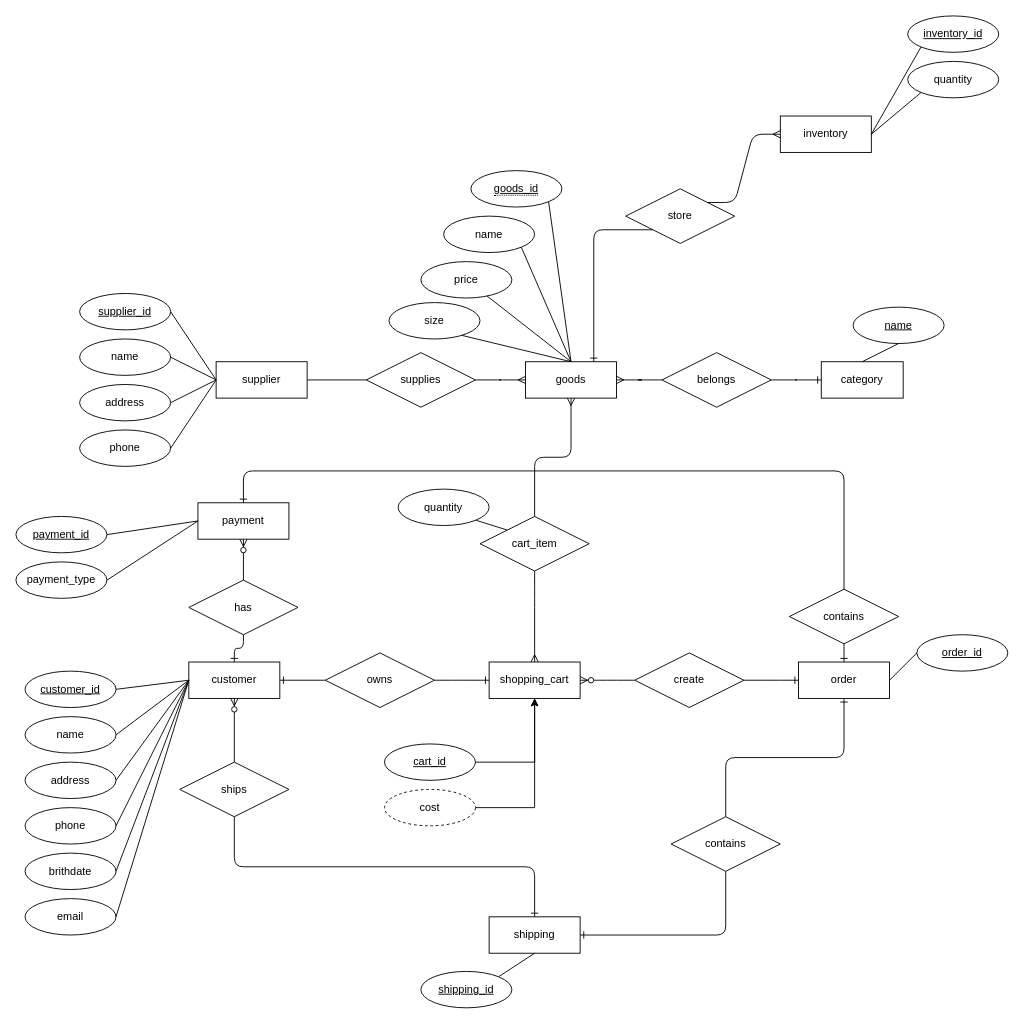
This is ERDiagram.drawio from BoshiLee/ecommerce, a draw.io file, before an edit. Source tidied: cells renumbered, new cells numbered last; positions are measured from the earlier drawing's top-left corner, leaving out a move shared by most shapes. Both pictures are drawn from the tidied source at 91%, with x=0, y=0 at pixel (15, 15).
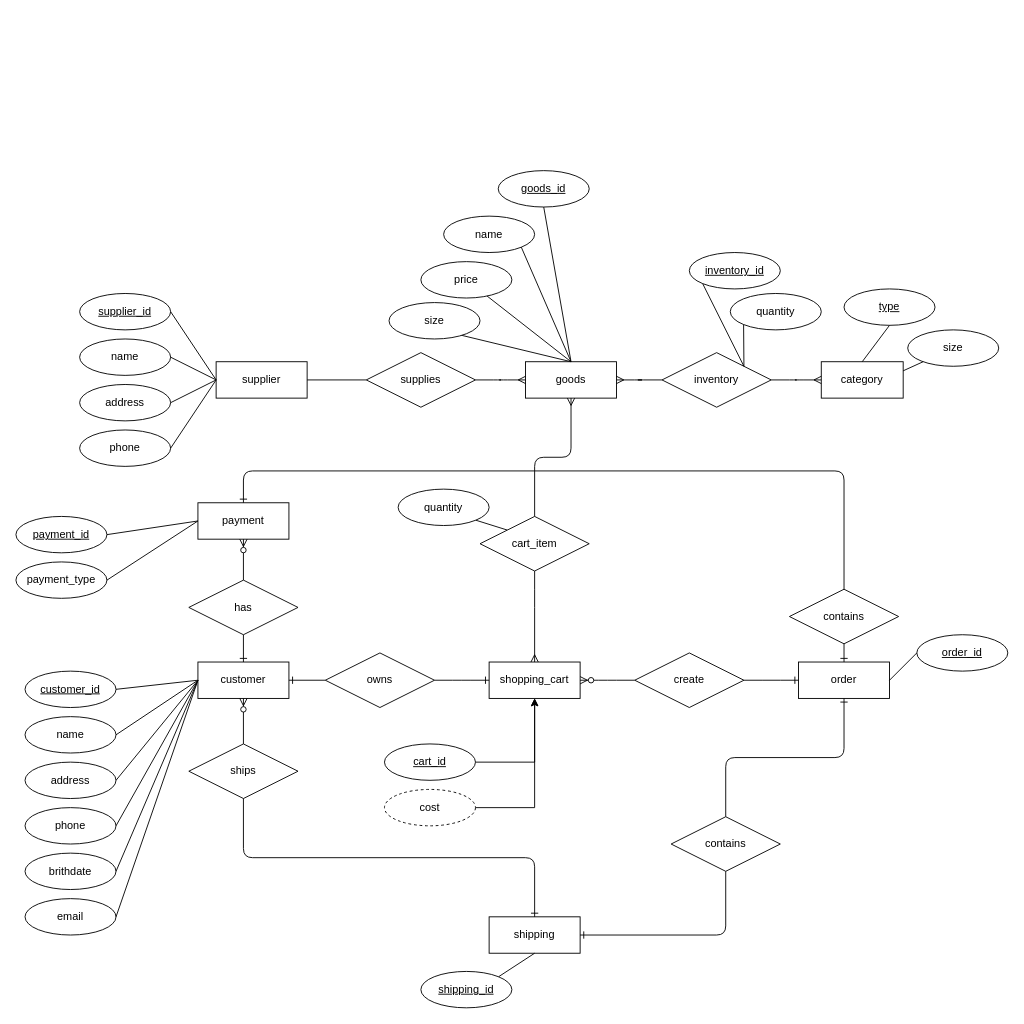
The same page after the edit.

The change refers to these unchanged cells:
```xml
<mxCell id="3" value="goods" style="whiteSpace=wrap;html=1;align=center;" parent="1" vertex="1">
  <mxGeometry x="560" y="380" width="100" height="40" as="geometry" />
</mxCell>
<mxCell id="10" value="category" style="whiteSpace=wrap;html=1;align=center;" parent="1" vertex="1">
  <mxGeometry x="885" y="380" width="90" height="40" as="geometry" />
</mxCell>
```

The edit, as a diff of the source:
```diff
@@
-    <mxCell id="4" value="&lt;span style=&quot;border-bottom: 1px dotted&quot;&gt;goods_id&lt;/span&gt;" style="ellipse;whiteSpace=wrap;html=1;align=center;fontStyle=4;" parent="1" vertex="1">
-      <mxGeometry x="500" y="170" width="100" height="40" as="geometry" />
-    </mxCell>
@@
-    <mxCell id="11" value="belongs" style="shape=rhombus;perimeter=rhombusPerimeter;whiteSpace=wrap;html=1;align=center;" parent="1" vertex="1">
+    <mxCell id="11" value="inventory" style="shape=rhombus;perimeter=rhombusPerimeter;whiteSpace=wrap;html=1;align=center;" parent="1" vertex="1">
       <mxGeometry x="710" y="370" width="120" height="60" as="geometry" />
     </mxCell>
-    <mxCell id="12" value="name" style="ellipse;whiteSpace=wrap;html=1;align=center;fontStyle=4;" parent="1" vertex="1">
-      <mxGeometry x="920" y="320" width="100" height="40" as="geometry" />
+    <mxCell id="12" value="type" style="ellipse;whiteSpace=wrap;html=1;align=center;fontStyle=4;" parent="1" vertex="1">
+      <mxGeometry x="910" y="300" width="100" height="40" as="geometry" />
     </mxCell>
     <mxCell id="13" value="customer" style="whiteSpace=wrap;html=1;align=center;" parent="1" vertex="1">
-      <mxGeometry x="190" y="710" width="100" height="40" as="geometry" />
+      <mxGeometry x="200" y="710" width="100" height="40" as="geometry" />
     </mxCell>
@@
-    <mxCell id="45" style="edgeStyle=entityRelationEdgeStyle;fontSize=12;html=1;endArrow=ERone;endFill=1;entryX=0;entryY=0.5;entryDx=0;entryDy=0;exitX=1;exitY=0.5;exitDx=0;exitDy=0;" parent="1" edge="1" source="11" target="10">
-      <mxGeometry relative="1" as="geometry" />
-    </mxCell>
@@
     <mxCell id="52" value="ships" style="shape=rhombus;perimeter=rhombusPerimeter;whiteSpace=wrap;html=1;align=center;" parent="1" vertex="1">
-      <mxGeometry x="180" y="820" width="120" height="60" as="geometry" />
+      <mxGeometry x="190" y="800" width="120" height="60" as="geometry" />
     </mxCell>
@@
-    <mxCell id="75" style="endArrow=none;html=1;rounded=0;entryX=1;entryY=1;entryDx=0;entryDy=0;exitX=0.5;exitY=0;exitDx=0;exitDy=0;" parent="1" edge="1" source="3" target="4">
+    <mxCell id="75" style="endArrow=none;html=1;rounded=0;entryX=0.5;entryY=1;entryDx=0;entryDy=0;exitX=0.5;exitY=0;exitDx=0;exitDy=0;" parent="1" edge="1" source="3" target="4">
       <mxGeometry relative="1" as="geometry" />
     </mxCell>
@@
-    <mxCell id="80" value="store" style="shape=rhombus;perimeter=rhombusPerimeter;whiteSpace=wrap;html=1;align=center;" parent="1" vertex="1">
-      <mxGeometry x="670" y="190" width="120" height="60" as="geometry" />
-    </mxCell>
-    <mxCell id="81" value="inventory" style="whiteSpace=wrap;html=1;align=center;" parent="1" vertex="1">
-      <mxGeometry x="840" y="110" width="100" height="40" as="geometry" />
-    </mxCell>
     <mxCell id="82" value="quantity" style="ellipse;whiteSpace=wrap;html=1;align=center;" parent="1" vertex="1">
-      <mxGeometry x="980" y="50" width="100" height="40" as="geometry" />
+      <mxGeometry x="785" y="305" width="100" height="40" as="geometry" />
     </mxCell>
-    <mxCell id="83" style="edgeStyle=entityRelationEdgeStyle;fontSize=12;html=1;endArrow=ERmany;exitX=1;exitY=0;exitDx=0;exitDy=0;" parent="1" edge="1" source="80" target="81">
-      <mxGeometry relative="1" as="geometry" />
-    </mxCell>
-    <mxCell id="84" style="endArrow=none;html=1;rounded=0;entryX=0;entryY=1;entryDx=0;entryDy=0;exitX=1;exitY=0.5;exitDx=0;exitDy=0;" parent="1" edge="1" source="81" target="82">
+    <mxCell id="84" style="endArrow=none;html=1;rounded=0;entryX=0;entryY=1;entryDx=0;entryDy=0;exitX=1;exitY=0;exitDx=0;exitDy=0;" parent="1" edge="1" source="11" target="82">
       <mxGeometry relative="1" as="geometry" />
     </mxCell>
-    <mxCell id="85" style="edgeStyle=orthogonalEdgeStyle;fontSize=12;html=1;endArrow=ERone;endFill=1;entryX=0.75;entryY=0;entryDx=0;entryDy=0;exitX=0;exitY=1;exitDx=0;exitDy=0;" parent="1" edge="1" source="80" target="3">
-      <mxGeometry relative="1" as="geometry" />
-    </mxCell>
     <mxCell id="86" value="inventory_id" style="ellipse;whiteSpace=wrap;html=1;align=center;fontStyle=4;" parent="1" vertex="1">
-      <mxGeometry x="980" width="100" height="40" as="geometry" />
+      <mxGeometry x="740" y="260" width="100" height="40" as="geometry" />
     </mxCell>
-    <mxCell id="87" style="endArrow=none;html=1;rounded=0;entryX=0;entryY=1;entryDx=0;entryDy=0;exitX=1;exitY=0.5;exitDx=0;exitDy=0;" parent="1" edge="1" source="81" target="86">
+    <mxCell id="87" style="endArrow=none;html=1;rounded=0;entryX=0;entryY=1;entryDx=0;entryDy=0;exitX=1;exitY=0;exitDx=0;exitDy=0;" parent="1" edge="1" source="11" target="86">
       <mxGeometry relative="1" as="geometry" />
     </mxCell>
@@
+    <mxCell id="89" value="size" style="ellipse;whiteSpace=wrap;html=1;align=center;" parent="1" vertex="1">
+      <mxGeometry x="980" y="345" width="100" height="40" as="geometry" />
+    </mxCell>
+    <mxCell id="90" style="endArrow=none;html=1;rounded=0;exitX=1;exitY=0.25;exitDx=0;exitDy=0;" parent="1" edge="1" source="10" target="89">
+      <mxGeometry relative="1" as="geometry" />
+    </mxCell>
+    <mxCell id="45" style="edgeStyle=entityRelationEdgeStyle;fontSize=12;html=1;endArrow=ERmany;entryX=0;entryY=0.5;entryDx=0;entryDy=0;exitX=1;exitY=0.5;exitDx=0;exitDy=0;" parent="1" edge="1" source="11" target="10">
+      <mxGeometry relative="1" as="geometry" />
+    </mxCell>
+    <mxCell id="4" value="goods_id" style="ellipse;whiteSpace=wrap;html=1;align=center;fontStyle=4;" parent="1" vertex="1">
+      <mxGeometry x="530" y="170" width="100" height="40" as="geometry" />
+    </mxCell>
```
